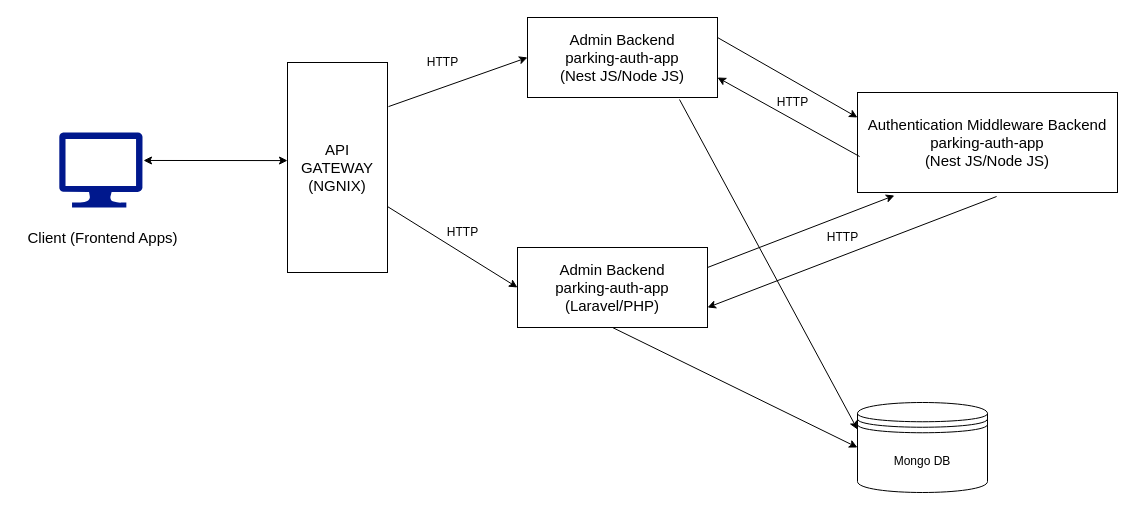
The draw.io diagram MicroservicesComunication.drawio in AlexVanHell/full-stack-developer-test, before the edit. Source tidied: cells renumbered, new cells numbered last; positions are measured from the earlier drawing's top-left corner, leaving out a move shared by most shapes. Both pictures are drawn from the tidied source at 100%, with x=0, y=0 at pixel (17, 17).
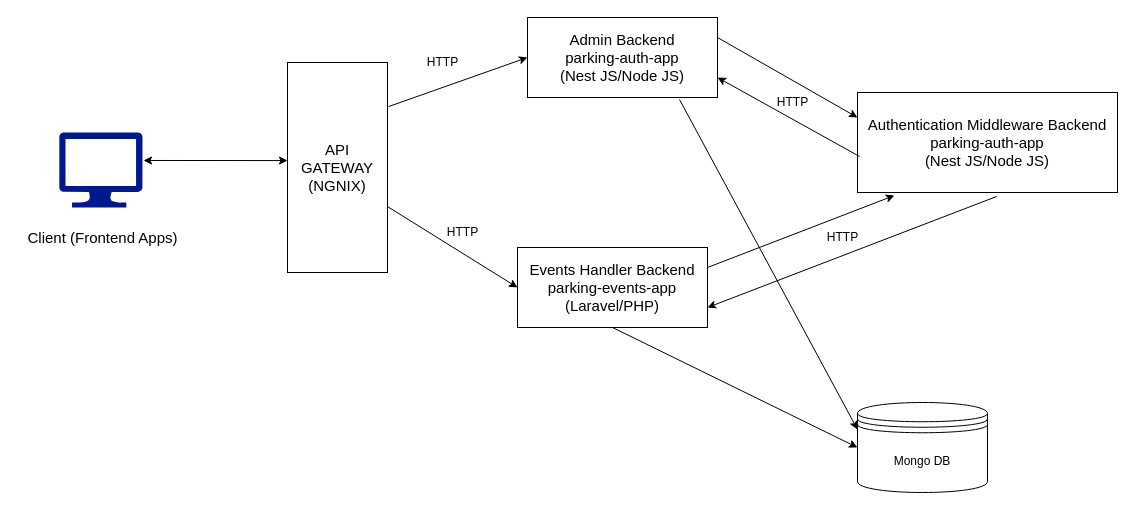
The same diagram, later.

What changed in the source:
```diff
@@
-    <mxCell id="7" value="&lt;font style=&quot;font-size: 15px&quot;&gt;Admin Backend&lt;br&gt;parking-auth-app&lt;br&gt;(Laravel/PHP)&lt;/font&gt;" style="rounded=0;whiteSpace=wrap;html=1;" parent="1" vertex="1">
+    <mxCell id="7" value="&lt;font style=&quot;font-size: 15px&quot;&gt;Events Handler Backend&lt;br&gt;parking-events-app&lt;br&gt;(Laravel/PHP)&lt;/font&gt;" style="rounded=0;whiteSpace=wrap;html=1;" parent="1" vertex="1">
       <mxGeometry x="500" y="230" width="190" height="80" as="geometry" />
     </mxCell>
```
